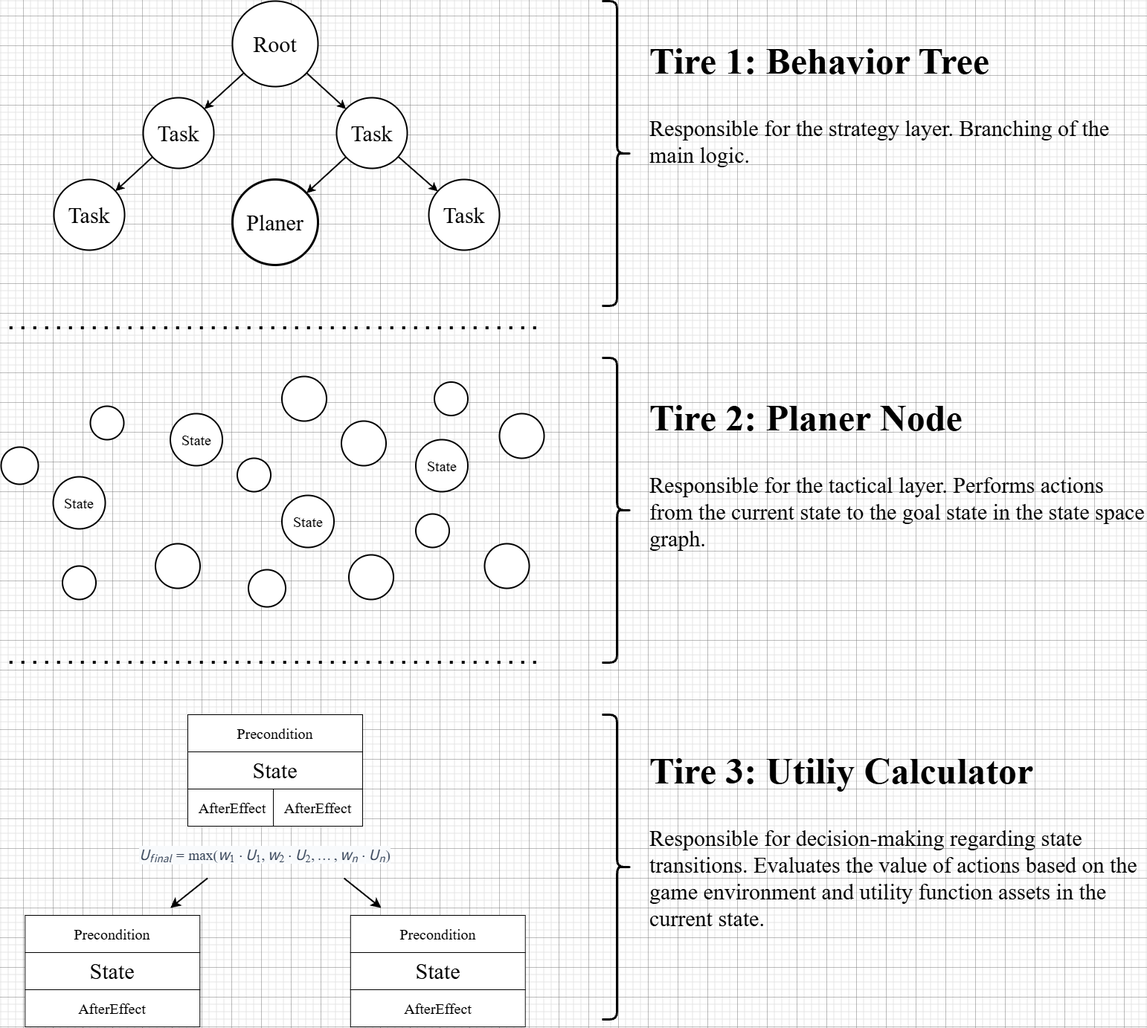
Earlier version of the draw.io export static/images/project2/main.png (Hongyoosung/Hongyoosung.github.io). Source tidied: cells renumbered, new cells last; positions are measured from the earlier drawing's top-left corner, leaving out a move shared by most shapes.
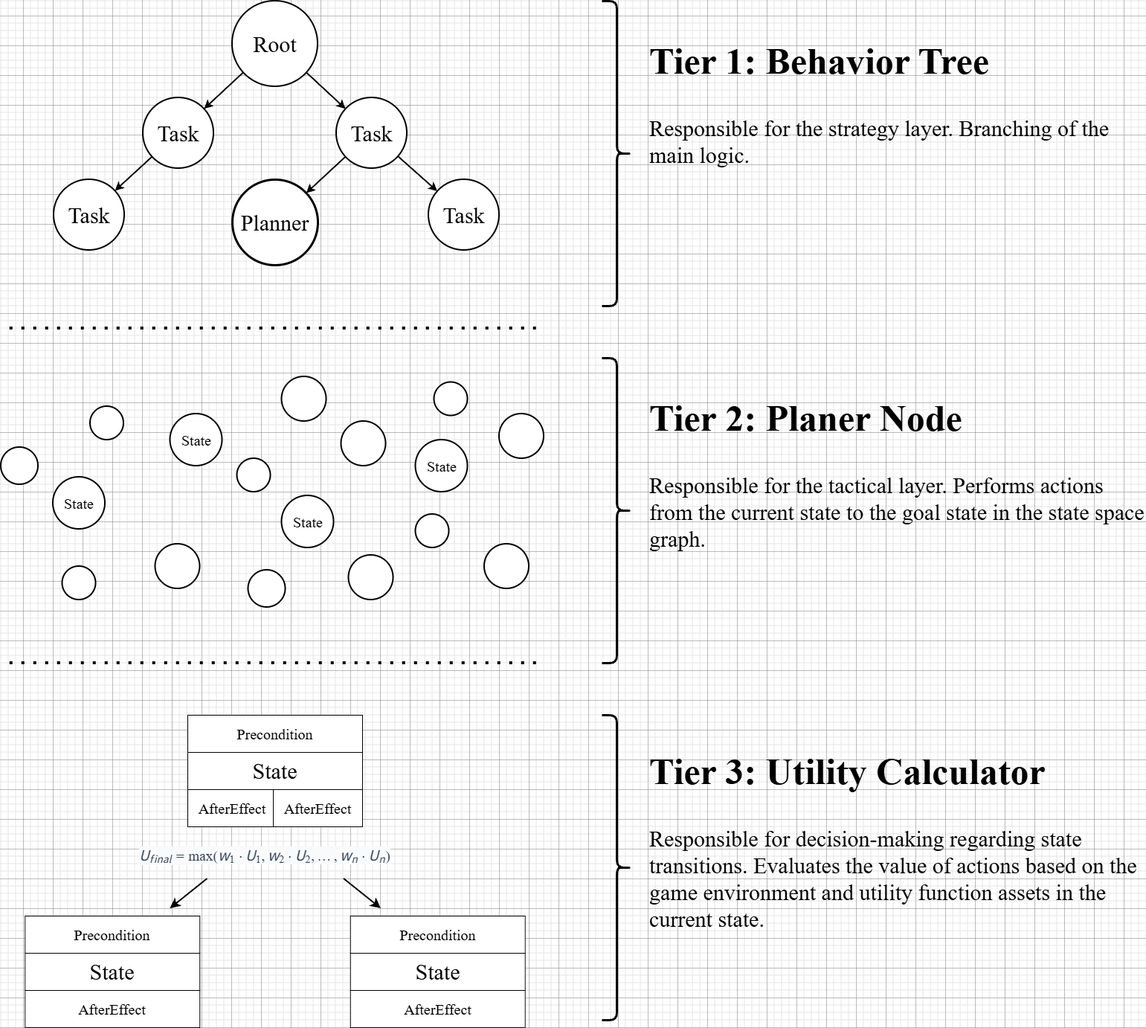
Above is the later version.

What changed in the source:
```diff
@@ -8,7 +8,7 @@
     <mxCell id="3" value="Task" style="ellipse;whiteSpace=wrap;html=1;strokeWidth=2;fontFamily=Times New Roman;fontSize=30;" parent="1" vertex="1">
       <mxGeometry x="191" y="130" width="95" height="95" as="geometry" />
     </mxCell>
-    <mxCell id="4" value="Planer" style="ellipse;whiteSpace=wrap;html=1;strokeWidth=3;fontFamily=Times New Roman;fontSize=30;" parent="1" vertex="1">
+    <mxCell id="4" value="Planner" style="ellipse;whiteSpace=wrap;html=1;strokeWidth=3;fontFamily=Times New Roman;fontSize=30;" parent="1" vertex="1">
       <mxGeometry x="311" y="240" width="115" height="115" as="geometry" />
     </mxCell>
     <mxCell id="5" style="endArrow=classic;html=1;rounded=0;strokeWidth=2;" parent="1" edge="1" source="2" target="3">
@@ -139,19 +139,19 @@
     <mxCell id="44" style="shape=curlyBracket;whiteSpace=wrap;html=1;rounded=1;flipH=1;labelPosition=right;verticalLabelPosition=middle;align=left;verticalAlign=middle;legacyAnchorPoints=0;strokeWidth=3;" parent="1" vertex="1">
       <mxGeometry x="808" width="40" height="410" as="geometry" />
     </mxCell>
-    <mxCell id="45" value="&lt;h1 style=&quot;margin-top: 0px;&quot;&gt;&lt;font style=&quot;font-size: 50px;&quot;&gt;Tire 1: Behavior Tree&lt;/font&gt;&lt;/h1&gt;&lt;p&gt;Responsible for the strategy layer. Branching of the main logic.&lt;/p&gt;" style="text;html=1;whiteSpace=wrap;overflow=hidden;rounded=0;fontFamily=Times New Roman;fontSize=30;" parent="1" vertex="1">
+    <mxCell id="45" value="&lt;h1 style=&quot;margin-top: 0px;&quot;&gt;&lt;font style=&quot;font-size: 50px;&quot;&gt;Tier 1: Behavior Tree&lt;/font&gt;&lt;/h1&gt;&lt;p&gt;Responsible for the strategy layer. Branching of the main logic.&lt;/p&gt;" style="text;html=1;whiteSpace=wrap;overflow=hidden;rounded=0;fontFamily=Times New Roman;fontSize=30;" parent="1" vertex="1">
       <mxGeometry x="870" y="35" width="670" height="190" as="geometry" />
     </mxCell>
     <mxCell id="46" style="shape=curlyBracket;whiteSpace=wrap;html=1;rounded=1;flipH=1;labelPosition=right;verticalLabelPosition=middle;align=left;verticalAlign=middle;legacyAnchorPoints=0;strokeWidth=3;" parent="1" vertex="1">
       <mxGeometry x="808" y="480" width="40" height="410" as="geometry" />
     </mxCell>
-    <mxCell id="47" value="&lt;h1 style=&quot;margin-top: 0px;&quot;&gt;&lt;font style=&quot;font-size: 50px;&quot;&gt;Tire 2: Planer Node&lt;/font&gt;&lt;/h1&gt;&lt;p&gt;Responsible for the tactical layer. Performs actions from the current state to the goal state in the state space graph.&lt;/p&gt;" style="text;html=1;whiteSpace=wrap;overflow=hidden;rounded=0;fontFamily=Times New Roman;fontSize=30;" parent="1" vertex="1">
+    <mxCell id="47" value="&lt;h1 style=&quot;margin-top: 0px;&quot;&gt;&lt;font style=&quot;font-size: 50px;&quot;&gt;Tier 2: Planer Node&lt;/font&gt;&lt;/h1&gt;&lt;p&gt;Responsible for the tactical layer. Performs actions from the current state to the goal state in the state space graph.&lt;/p&gt;" style="text;html=1;whiteSpace=wrap;overflow=hidden;rounded=0;fontFamily=Times New Roman;fontSize=30;" parent="1" vertex="1">
       <mxGeometry x="870" y="515" width="670" height="230" as="geometry" />
     </mxCell>
     <mxCell id="48" style="shape=curlyBracket;whiteSpace=wrap;html=1;rounded=1;flipH=1;labelPosition=right;verticalLabelPosition=middle;align=left;verticalAlign=middle;legacyAnchorPoints=0;strokeWidth=3;" parent="1" vertex="1">
       <mxGeometry x="808" y="960" width="40" height="410" as="geometry" />
     </mxCell>
-    <mxCell id="49" value="&lt;h1 style=&quot;margin-top: 0px;&quot;&gt;&lt;font style=&quot;font-size: 50px;&quot;&gt;Tire 3: Utiliy Calculator&lt;/font&gt;&lt;/h1&gt;&lt;p&gt;Responsible for decision-making regarding state transitions. Evaluates the value of actions based on the game environment and utility function assets in the current state.&lt;/p&gt;" style="text;html=1;whiteSpace=wrap;overflow=hidden;rounded=0;fontFamily=Times New Roman;fontSize=30;" parent="1" vertex="1">
+    <mxCell id="49" value="&lt;h1 style=&quot;margin-top: 0px;&quot;&gt;&lt;font style=&quot;font-size: 50px;&quot;&gt;Tier 3: Utility Calculator&lt;/font&gt;&lt;/h1&gt;&lt;p&gt;Responsible for decision-making regarding state transitions. Evaluates the value of actions based on the game environment and utility function assets in the current state.&lt;/p&gt;" style="text;html=1;whiteSpace=wrap;overflow=hidden;rounded=0;fontFamily=Times New Roman;fontSize=30;" parent="1" vertex="1">
       <mxGeometry x="870" y="990" width="670" height="270" as="geometry" />
     </mxCell>
     <mxCell id="50" style="endArrow=classic;html=1;rounded=0;strokeWidth=2;endSize=8;exitX=0.75;exitY=1;exitDx=0;exitDy=0;" parent="1" edge="1">
```
